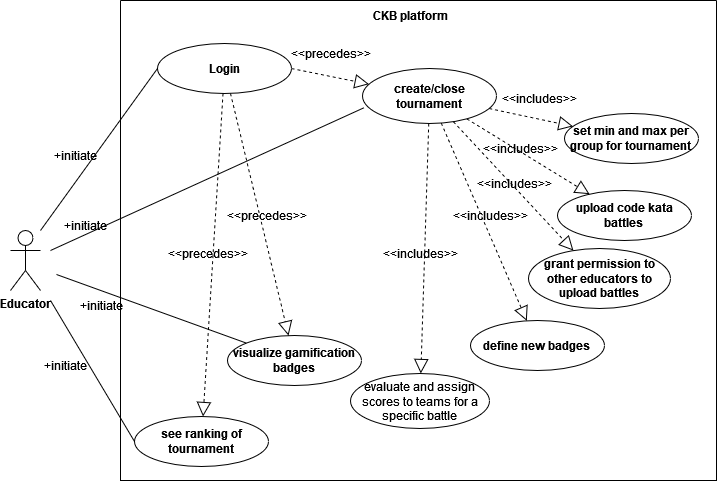
Earlier version of the draw.io export RASD/LaTeX/Images/UCD_educators.png (federico-zanca/SE2-RDD-ZancaCostantiniZhuge). Source tidied: cells renumbered, new cells last; positions are measured from the earlier drawing's top-left corner, leaving out a move shared by most shapes.
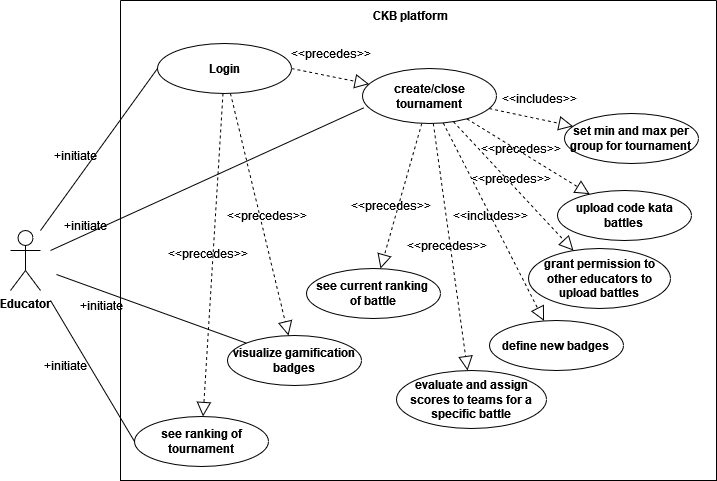
Later version of the same file.

Change to the diagram source:
```diff
@@ -24,10 +24,10 @@
       <mxGeometry x="444" y="113" width="134" height="50" as="geometry" />
     </mxCell>
     <mxCell id="9" value="&lt;b&gt;define new badges&lt;br&gt;&lt;/b&gt;" style="ellipse;whiteSpace=wrap;html=1;" parent="3" vertex="1">
-      <mxGeometry x="350" y="320" width="134" height="50" as="geometry" />
+      <mxGeometry x="369" y="320" width="134" height="50" as="geometry" />
     </mxCell>
-    <mxCell id="10" value="evaluate and assign scores to teams for a specific battle" style="ellipse;whiteSpace=wrap;html=1;" parent="3" vertex="1">
-      <mxGeometry x="230" y="373" width="139" height="55" as="geometry" />
+    <mxCell id="10" value="&lt;b&gt;evaluate and assign scores to teams for a specific battle&lt;/b&gt;" style="ellipse;whiteSpace=wrap;html=1;" parent="3" vertex="1">
+      <mxGeometry x="276" y="370" width="150" height="58" as="geometry" />
     </mxCell>
     <mxCell id="11" value="&lt;b&gt;see ranking of tournament&lt;/b&gt;" style="ellipse;whiteSpace=wrap;html=1;" parent="3" vertex="1">
       <mxGeometry x="14" y="416" width="134" height="50" as="geometry" />
@@ -66,16 +66,13 @@
     <mxCell id="21" value="&amp;lt;&amp;lt;includes&amp;gt;&amp;gt;" style="text;html=1;align=center;verticalAlign=middle;strokeColor=none;fillColor=none;" parent="3" vertex="1">
       <mxGeometry x="369" y="83" width="100" height="30" as="geometry" />
     </mxCell>
-    <mxCell id="22" value="&amp;lt;&amp;lt;includes&amp;gt;&amp;gt;" style="text;html=1;align=center;verticalAlign=middle;strokeColor=none;fillColor=none;" parent="3" vertex="1">
-      <mxGeometry x="250" y="238" width="100" height="30" as="geometry" />
+    <mxCell id="22" value="&amp;lt;&amp;lt;precedes&amp;gt;&amp;gt;" style="text;html=1;align=center;verticalAlign=middle;strokeColor=none;fillColor=none;" parent="3" vertex="1">
+      <mxGeometry x="276" y="230" width="100" height="30" as="geometry" />
     </mxCell>
     <mxCell id="23" style="endArrow=block;dashed=1;endFill=0;endSize=12;html=1;rounded=0;" parent="3" edge="1" source="7" target="9">
       <mxGeometry relative="1" as="geometry" />
     </mxCell>
-    <mxCell id="24" value="&amp;lt;&amp;lt;includes&amp;gt;&amp;gt;" style="text;html=1;align=center;verticalAlign=middle;strokeColor=none;fillColor=none;" parent="3" vertex="1">
-      <mxGeometry x="344" y="168" width="100" height="30" as="geometry" />
-    </mxCell>
-    <mxCell id="25" value="&amp;lt;&amp;lt;includes&amp;gt;&amp;gt;" style="text;html=1;align=center;verticalAlign=middle;strokeColor=none;fillColor=none;" parent="3" vertex="1">
+    <mxCell id="25" value="&amp;lt;&amp;lt;precedes&amp;gt;&amp;gt;" style="text;html=1;align=center;verticalAlign=middle;strokeColor=none;fillColor=none;" parent="3" vertex="1">
       <mxGeometry x="350" y="133" width="100" height="30" as="geometry" />
     </mxCell>
     <mxCell id="26" value="&amp;lt;&amp;lt;includes&amp;gt;&amp;gt;" style="text;html=1;align=center;verticalAlign=middle;strokeColor=none;fillColor=none;" parent="3" vertex="1">
@@ -96,6 +93,18 @@
     <mxCell id="31" value="&amp;lt;&amp;lt;precedes&amp;gt;&amp;gt;" style="text;html=1;align=center;verticalAlign=middle;strokeColor=none;fillColor=none;" parent="3" vertex="1">
       <mxGeometry x="96" y="200" width="100" height="30" as="geometry" />
     </mxCell>
+    <mxCell id="39" value="&lt;div&gt;&lt;b&gt;see current ranking&amp;nbsp;&lt;/b&gt;&lt;/div&gt;&lt;div&gt;&lt;b&gt;of battle&lt;/b&gt;&lt;/div&gt;" style="ellipse;whiteSpace=wrap;html=1;" parent="3" vertex="1">
+      <mxGeometry x="186" y="268" width="134" height="50" as="geometry" />
+    </mxCell>
+    <mxCell id="40" style="endArrow=block;dashed=1;endFill=0;endSize=12;html=1;rounded=0;" parent="3" edge="1" source="7" target="39">
+      <mxGeometry relative="1" as="geometry" />
+    </mxCell>
+    <mxCell id="24" value="&amp;lt;&amp;lt;precedes&amp;gt;&amp;gt;" style="text;html=1;align=center;verticalAlign=middle;strokeColor=none;fillColor=none;" parent="3" vertex="1">
+      <mxGeometry x="340" y="163" width="100" height="30" as="geometry" />
+    </mxCell>
+    <mxCell id="41" value="&amp;lt;&amp;lt;precedes&amp;gt;&amp;gt;" style="text;html=1;align=center;verticalAlign=middle;strokeColor=none;fillColor=none;" parent="3" vertex="1">
+      <mxGeometry x="220" y="190" width="100" height="30" as="geometry" />
+    </mxCell>
     <mxCell id="32" value="+initiate" style="text;html=1;align=center;verticalAlign=middle;strokeColor=none;fillColor=none;" parent="1" vertex="1">
       <mxGeometry x="30" y="140" width="70" height="30" as="geometry" />
     </mxCell>
```
